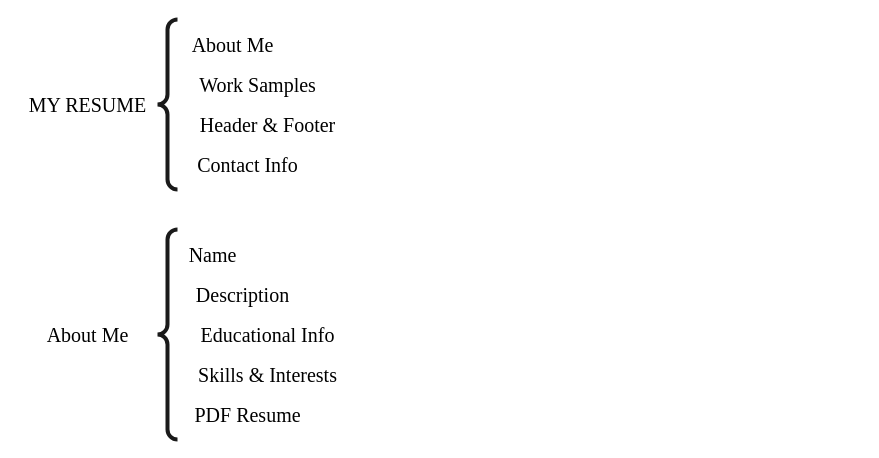
This is Untitled Diagram.drawio from AmirWorkSamples/firstTry, a draw.io file, before an edit. Source tidied: cells renumbered, new cells numbered last; positions are measured from the earlier drawing's top-left corner, leaving out a move shared by most shapes. Both pictures are drawn from the tidied source at 100%, with x=0, y=0 at pixel (17, 19).
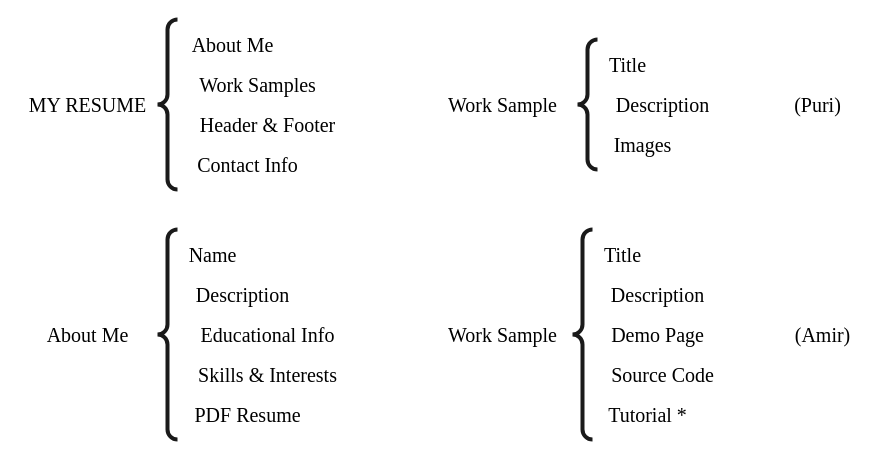
The same diagram, later.

The edit, as a diff of the source:
```diff
@@
+    <mxCell id="15" style="labelPosition=right;align=left;strokeWidth=4;shape=mxgraph.mockup.markup.curlyBrace;html=1;shadow=0;dashed=0;direction=north;strokeColor=#1A1A1A;" parent="1" vertex="1">
+      <mxGeometry x="555" y="210" width="20" height="210" as="geometry" />
+    </mxCell>
+    <mxCell id="16" value="Work Sample" style="text;html=1;align=center;verticalAlign=middle;fontSize=20;fontFamily=Garamond;" parent="1" vertex="1">
+      <mxGeometry x="410" y="300" width="150" height="30" as="geometry" />
+    </mxCell>
+    <mxCell id="17" value="Title" style="text;html=1;align=center;verticalAlign=middle;fontSize=20;fontFamily=Garamond;" parent="1" vertex="1">
+      <mxGeometry x="575" y="220" width="60" height="30" as="geometry" />
+    </mxCell>
+    <mxCell id="18" value="Description" style="text;html=1;align=center;verticalAlign=middle;fontSize=20;fontFamily=Garamond;" parent="1" vertex="1">
+      <mxGeometry x="575" y="260" width="130" height="30" as="geometry" />
+    </mxCell>
+    <mxCell id="19" value="Demo Page" style="text;html=1;align=center;verticalAlign=middle;fontSize=20;fontFamily=Garamond;" parent="1" vertex="1">
+      <mxGeometry x="575" y="300" width="130" height="30" as="geometry" />
+    </mxCell>
+    <mxCell id="20" value="Source Code" style="text;html=1;align=center;verticalAlign=middle;fontSize=20;fontFamily=Garamond;" parent="1" vertex="1">
+      <mxGeometry x="575" y="340" width="140" height="30" as="geometry" />
+    </mxCell>
+    <mxCell id="21" value="Tutorial *" style="text;html=1;align=center;verticalAlign=middle;fontSize=20;fontFamily=Garamond;" parent="1" vertex="1">
+      <mxGeometry x="575" y="380" width="110" height="30" as="geometry" />
+    </mxCell>
+    <mxCell id="22" style="labelPosition=right;align=left;strokeWidth=4;shape=mxgraph.mockup.markup.curlyBrace;html=1;shadow=0;dashed=0;direction=north;strokeColor=#1A1A1A;" parent="1" vertex="1">
+      <mxGeometry x="560" y="20" width="20" height="130" as="geometry" />
+    </mxCell>
+    <mxCell id="23" value="Work Sample" style="text;html=1;align=center;verticalAlign=middle;fontSize=20;fontFamily=Garamond;" parent="1" vertex="1">
+      <mxGeometry x="410" y="70" width="150" height="30" as="geometry" />
+    </mxCell>
+    <mxCell id="24" value="Title" style="text;html=1;align=center;verticalAlign=middle;fontSize=20;fontFamily=Garamond;" parent="1" vertex="1">
+      <mxGeometry x="580" y="30" width="60" height="30" as="geometry" />
+    </mxCell>
+    <mxCell id="25" value="Description" style="text;html=1;align=center;verticalAlign=middle;fontSize=20;fontFamily=Garamond;" parent="1" vertex="1">
+      <mxGeometry x="580" y="70" width="130" height="30" as="geometry" />
+    </mxCell>
+    <mxCell id="26" value="Images" style="text;html=1;align=center;verticalAlign=middle;fontSize=20;fontFamily=Garamond;" parent="1" vertex="1">
+      <mxGeometry x="580" y="110" width="90" height="30" as="geometry" />
+    </mxCell>
+    <mxCell id="27" value="&lt;div&gt;(Puri)&lt;/div&gt;" style="text;html=1;align=center;verticalAlign=middle;fontSize=20;fontFamily=Garamond;" parent="1" vertex="1">
+      <mxGeometry x="765" y="70" width="70" height="30" as="geometry" />
+    </mxCell>
+    <mxCell id="28" value="(Amir)" style="text;html=1;align=center;verticalAlign=middle;fontSize=20;fontFamily=Garamond;" parent="1" vertex="1">
+      <mxGeometry x="765" y="300" width="80" height="30" as="geometry" />
+    </mxCell>
```
